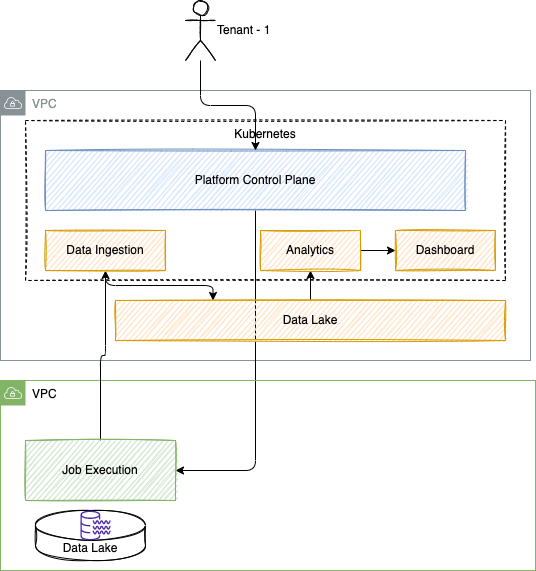
jbcodeforce/aws-studies keeps this draw.io diagram as docs/sa/diagrams/saas-analytics.drawio.png. Above is the earlier version. Source tidied: cells renumbered, new cells last; positions are measured from the earlier drawing's top-left corner, leaving out a move shared by most shapes.
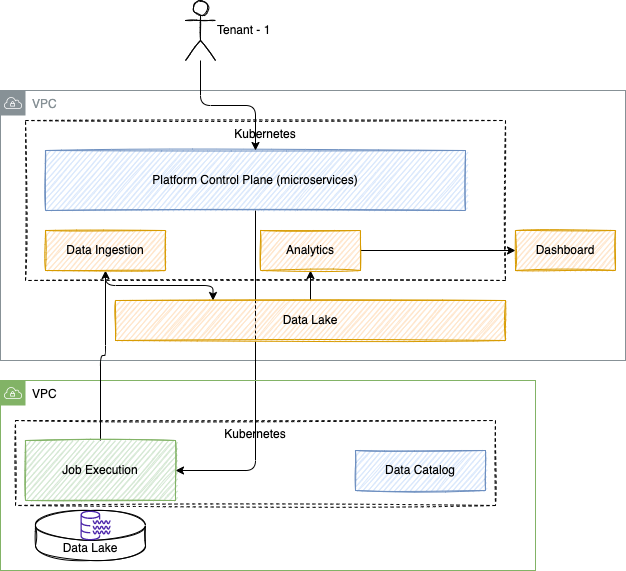
After the commit.

What changed in the source:
```diff
@@ -3,7 +3,7 @@
     <mxCell id="0" />
     <mxCell id="1" parent="0" />
     <mxCell id="2" value="VPC" style="sketch=0;gradientColor=none;html=1;whiteSpace=wrap;fontSize=12;fontStyle=0;shape=mxgraph.aws4.group;grIcon=mxgraph.aws4.group_vpc;strokeColor=#879196;fillColor=none;verticalAlign=top;align=left;spacingLeft=30;fontColor=#879196;dashed=0;" parent="1" vertex="1">
-      <mxGeometry y="90" width="530" height="270" as="geometry" />
+      <mxGeometry y="90" width="625" height="270" as="geometry" />
     </mxCell>
     <mxCell id="3" value="Kubernetes" style="rounded=0;whiteSpace=wrap;html=1;sketch=1;dashed=1;fillColor=none;verticalAlign=top;" parent="1" vertex="1">
       <mxGeometry x="25" y="120" width="480" height="160" as="geometry" />
@@ -11,7 +11,7 @@
     <mxCell id="4" style="edgeStyle=orthogonalEdgeStyle;html=1;entryX=1;entryY=0.5;entryDx=0;entryDy=0;" parent="1" edge="1" source="5" target="8">
       <mxGeometry relative="1" as="geometry" />
     </mxCell>
-    <mxCell id="5" value="Platform Control Plane" style="rounded=0;whiteSpace=wrap;html=1;fillColor=#dae8fc;strokeColor=#6c8ebf;sketch=1;" parent="1" vertex="1">
+    <mxCell id="5" value="Platform Control Plane (microservices)" style="rounded=0;whiteSpace=wrap;html=1;fillColor=#dae8fc;strokeColor=#6c8ebf;sketch=1;" parent="1" vertex="1">
       <mxGeometry x="45" y="150" width="420" height="60" as="geometry" />
     </mxCell>
     <mxCell id="6" value="VPC" style="sketch=0;html=1;whiteSpace=wrap;fontSize=12;fontStyle=0;shape=mxgraph.aws4.group;grIcon=mxgraph.aws4.group_vpc;strokeColor=#82b366;fillColor=none;verticalAlign=top;align=left;spacingLeft=30;dashed=0;" parent="1" vertex="1">
@@ -45,7 +45,7 @@
       <mxGeometry x="260" y="230" width="100" height="40" as="geometry" />
     </mxCell>
     <mxCell id="16" value="Dashboard" style="whiteSpace=wrap;html=1;sketch=1;fillColor=#ffe6cc;strokeColor=#d79b00;" parent="1" vertex="1">
-      <mxGeometry x="395" y="230" width="100" height="40" as="geometry" />
+      <mxGeometry x="515" y="230" width="100" height="40" as="geometry" />
     </mxCell>
     <mxCell id="17" style="edgeStyle=orthogonalEdgeStyle;html=1;entryX=0.5;entryY=0;entryDx=0;entryDy=0;" parent="1" edge="1" source="18" target="5">
       <mxGeometry relative="1" as="geometry" />
@@ -53,8 +53,14 @@
     <mxCell id="18" value="Tenant - 1" style="shape=umlActor;verticalLabelPosition=middle;verticalAlign=middle;html=1;outlineConnect=0;sketch=1;fillColor=none;labelPosition=right;align=left;" parent="1" vertex="1">
       <mxGeometry x="185" width="30" height="60" as="geometry" />
     </mxCell>
+    <mxCell id="20" value="Kubernetes" style="rounded=0;whiteSpace=wrap;html=1;sketch=1;dashed=1;fillColor=none;verticalAlign=top;" parent="1" vertex="1">
+      <mxGeometry x="15" y="420" width="480" height="85" as="geometry" />
+    </mxCell>
     <mxCell id="19" style="sketch=0;fontColor=#232F3E;gradientColor=none;fillColor=#4D27AA;strokeColor=none;dashed=0;verticalLabelPosition=bottom;verticalAlign=top;align=center;html=1;fontSize=12;fontStyle=0;shape=mxgraph.aws4.data_lake_resource_icon;" parent="1" vertex="1">
       <mxGeometry x="80" y="510" width="30" height="30" as="geometry" />
     </mxCell>
+    <mxCell id="21" value="Data Catalog" style="whiteSpace=wrap;html=1;sketch=1;fillColor=#dae8fc;strokeColor=#6c8ebf;" parent="1" vertex="1">
+      <mxGeometry x="355" y="450" width="130" height="40" as="geometry" />
+    </mxCell>
   </root>
 </mxGraphModel>
```
